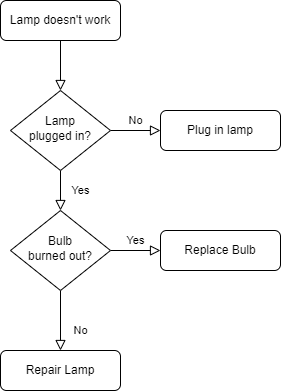
This is Диаграмма 2.drawio.png from RizvanovaA2/rizvanova, a draw.io export, as it was before one commit. Source tidied: cells renumbered, new cells last; positions are measured from the earlier drawing's top-left corner, leaving out a move shared by most shapes. Its diagram source:
```xml
<mxGraphModel>
  <root>
    <mxCell id="0" />
    <mxCell id="1" parent="0" />
    <mxCell id="2" style="rounded=0;html=1;jettySize=auto;fontSize=11;endArrow=block;endFill=0;endSize=8;strokeWidth=1;shadow=0;labelBackgroundColor=none;edgeStyle=orthogonalEdgeStyle;" parent="1" edge="1" source="3" target="6">
      <mxGeometry relative="1" as="geometry" />
    </mxCell>
    <mxCell id="3" value="Lamp doesn't work" style="rounded=1;whiteSpace=wrap;html=1;fontSize=12;glass=0;strokeWidth=1;shadow=0;" parent="1" vertex="1">
      <mxGeometry width="120" height="40" as="geometry" />
    </mxCell>
    <mxCell id="4" value="Yes" style="rounded=0;html=1;jettySize=auto;fontSize=11;endArrow=block;endFill=0;endSize=8;strokeWidth=1;shadow=0;labelBackgroundColor=none;edgeStyle=orthogonalEdgeStyle;" parent="1" edge="1" source="6" target="10">
      <mxGeometry y="20" relative="1" as="geometry" />
    </mxCell>
    <mxCell id="5" value="No" style="edgeStyle=orthogonalEdgeStyle;rounded=0;html=1;jettySize=auto;fontSize=11;endArrow=block;endFill=0;endSize=8;strokeWidth=1;shadow=0;labelBackgroundColor=none;" parent="1" edge="1" source="6" target="7">
      <mxGeometry y="10" relative="1" as="geometry" />
    </mxCell>
    <mxCell id="6" value="Lamp&lt;br&gt;plugged in?" style="rhombus;whiteSpace=wrap;html=1;shadow=0;fontFamily=Helvetica;fontSize=12;align=center;strokeWidth=1;spacing=6;spacingTop=-4;" parent="1" vertex="1">
      <mxGeometry x="10" y="90" width="100" height="80" as="geometry" />
    </mxCell>
    <mxCell id="7" value="Plug in lamp" style="rounded=1;whiteSpace=wrap;html=1;fontSize=12;glass=0;strokeWidth=1;shadow=0;" parent="1" vertex="1">
      <mxGeometry x="160" y="110" width="120" height="40" as="geometry" />
    </mxCell>
    <mxCell id="8" value="No" style="rounded=0;html=1;jettySize=auto;fontSize=11;endArrow=block;endFill=0;endSize=8;strokeWidth=1;shadow=0;labelBackgroundColor=none;edgeStyle=orthogonalEdgeStyle;" parent="1" edge="1" source="10" target="11">
      <mxGeometry x="0.33" y="20" relative="1" as="geometry" />
    </mxCell>
    <mxCell id="9" value="Yes" style="edgeStyle=orthogonalEdgeStyle;rounded=0;html=1;jettySize=auto;fontSize=11;endArrow=block;endFill=0;endSize=8;strokeWidth=1;shadow=0;labelBackgroundColor=none;" parent="1" edge="1" source="10" target="12">
      <mxGeometry y="10" relative="1" as="geometry" />
    </mxCell>
    <mxCell id="10" value="Bulb&lt;br&gt;burned out?" style="rhombus;whiteSpace=wrap;html=1;shadow=0;fontFamily=Helvetica;fontSize=12;align=center;strokeWidth=1;spacing=6;spacingTop=-4;" parent="1" vertex="1">
      <mxGeometry x="10" y="210" width="100" height="80" as="geometry" />
    </mxCell>
    <mxCell id="11" value="Repair Lamp" style="rounded=1;whiteSpace=wrap;html=1;fontSize=12;glass=0;strokeWidth=1;shadow=0;" parent="1" vertex="1">
      <mxGeometry y="350" width="120" height="40" as="geometry" />
    </mxCell>
    <mxCell id="12" value="Replace Bulb" style="rounded=1;whiteSpace=wrap;html=1;fontSize=12;glass=0;strokeWidth=1;shadow=0;" parent="1" vertex="1">
      <mxGeometry x="160" y="230" width="120" height="40" as="geometry" />
    </mxCell>
  </root>
</mxGraphModel>
```
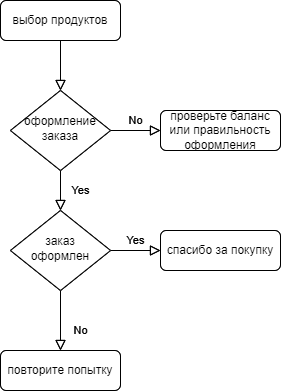
The same file after the commit.

Change to the diagram source:
```diff
@@ -35,5 +35,38 @@
     <mxCell id="12" value="Replace Bulb" style="rounded=1;whiteSpace=wrap;html=1;fontSize=12;glass=0;strokeWidth=1;shadow=0;" parent="1" vertex="1">
       <mxGeometry x="160" y="230" width="120" height="40" as="geometry" />
     </mxCell>
+    <mxCell id="13" style="rounded=0;html=1;jettySize=auto;fontSize=11;endArrow=block;endFill=0;endSize=8;strokeWidth=1;shadow=0;labelBackgroundColor=none;edgeStyle=orthogonalEdgeStyle;" parent="1" edge="1" source="14" target="17">
+      <mxGeometry relative="1" as="geometry" />
+    </mxCell>
+    <mxCell id="14" value="выбор продуктов" style="rounded=1;whiteSpace=wrap;html=1;fontSize=12;glass=0;strokeWidth=1;shadow=0;" parent="1" vertex="1">
+      <mxGeometry width="120" height="40" as="geometry" />
+    </mxCell>
+    <mxCell id="15" value="Yes" style="rounded=0;html=1;jettySize=auto;fontSize=11;endArrow=block;endFill=0;endSize=8;strokeWidth=1;shadow=0;labelBackgroundColor=none;edgeStyle=orthogonalEdgeStyle;" parent="1" edge="1" source="17" target="21">
+      <mxGeometry y="20" relative="1" as="geometry" />
+    </mxCell>
+    <mxCell id="16" value="No" style="edgeStyle=orthogonalEdgeStyle;rounded=0;html=1;jettySize=auto;fontSize=11;endArrow=block;endFill=0;endSize=8;strokeWidth=1;shadow=0;labelBackgroundColor=none;" parent="1" edge="1" source="17" target="18">
+      <mxGeometry y="10" relative="1" as="geometry" />
+    </mxCell>
+    <mxCell id="17" value="оформление заказа" style="rhombus;whiteSpace=wrap;html=1;shadow=0;fontFamily=Helvetica;fontSize=12;align=center;strokeWidth=1;spacing=6;spacingTop=-4;" parent="1" vertex="1">
+      <mxGeometry x="10" y="90" width="100" height="80" as="geometry" />
+    </mxCell>
+    <mxCell id="18" value="проверьте баланс или правильность оформления" style="rounded=1;whiteSpace=wrap;html=1;fontSize=12;glass=0;strokeWidth=1;shadow=0;" parent="1" vertex="1">
+      <mxGeometry x="160" y="110" width="120" height="40" as="geometry" />
+    </mxCell>
+    <mxCell id="19" value="No" style="rounded=0;html=1;jettySize=auto;fontSize=11;endArrow=block;endFill=0;endSize=8;strokeWidth=1;shadow=0;labelBackgroundColor=none;edgeStyle=orthogonalEdgeStyle;" parent="1" edge="1" source="21" target="22">
+      <mxGeometry x="0.33" y="20" relative="1" as="geometry" />
+    </mxCell>
+    <mxCell id="20" value="Yes" style="edgeStyle=orthogonalEdgeStyle;rounded=0;html=1;jettySize=auto;fontSize=11;endArrow=block;endFill=0;endSize=8;strokeWidth=1;shadow=0;labelBackgroundColor=none;" parent="1" edge="1" source="21" target="23">
+      <mxGeometry y="10" relative="1" as="geometry" />
+    </mxCell>
+    <mxCell id="21" value="заказ оформлен" style="rhombus;whiteSpace=wrap;html=1;shadow=0;fontFamily=Helvetica;fontSize=12;align=center;strokeWidth=1;spacing=6;spacingTop=-4;" parent="1" vertex="1">
+      <mxGeometry x="10" y="210" width="100" height="80" as="geometry" />
+    </mxCell>
+    <mxCell id="22" value="повторите попытку" style="rounded=1;whiteSpace=wrap;html=1;fontSize=12;glass=0;strokeWidth=1;shadow=0;" parent="1" vertex="1">
+      <mxGeometry y="350" width="120" height="40" as="geometry" />
+    </mxCell>
+    <mxCell id="23" value="спасибо за покупку" style="rounded=1;whiteSpace=wrap;html=1;fontSize=12;glass=0;strokeWidth=1;shadow=0;" parent="1" vertex="1">
+      <mxGeometry x="160" y="230" width="120" height="40" as="geometry" />
+    </mxCell>
   </root>
 </mxGraphModel>
```
